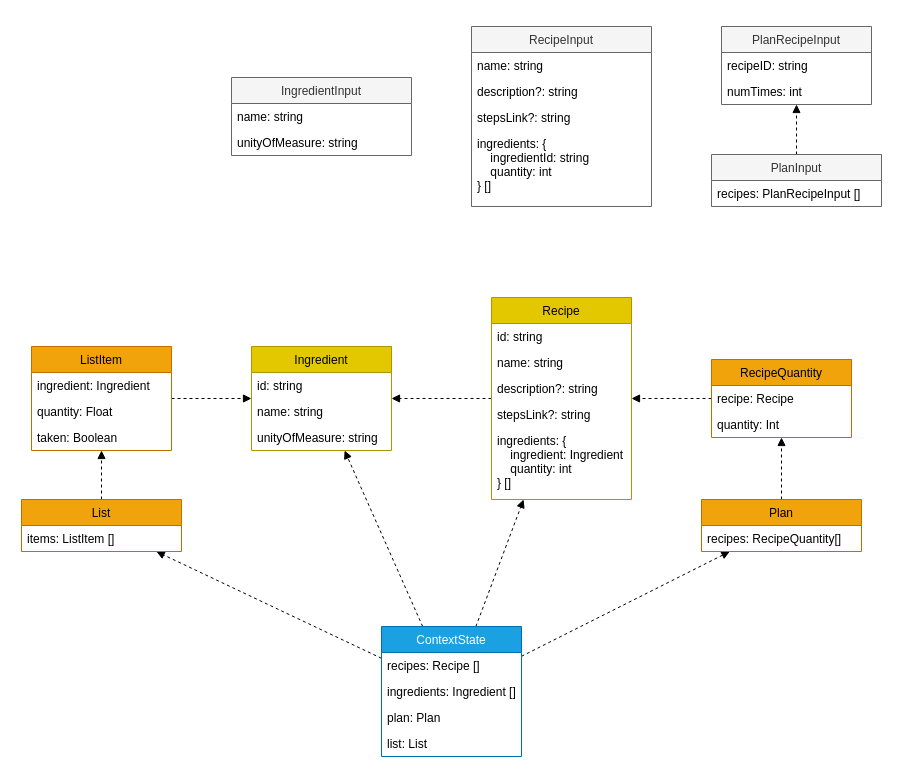
The draw.io diagram spaguette-app/design/class-diagram.drawio in gianlucaascari/spaguette-project, before the edit. Source tidied: cells renumbered, new cells numbered last; positions are measured from the earlier drawing's top-left corner, leaving out a move shared by most shapes. Both pictures are drawn from the tidied source at 100%, with x=0, y=0 at pixel (21, 26).
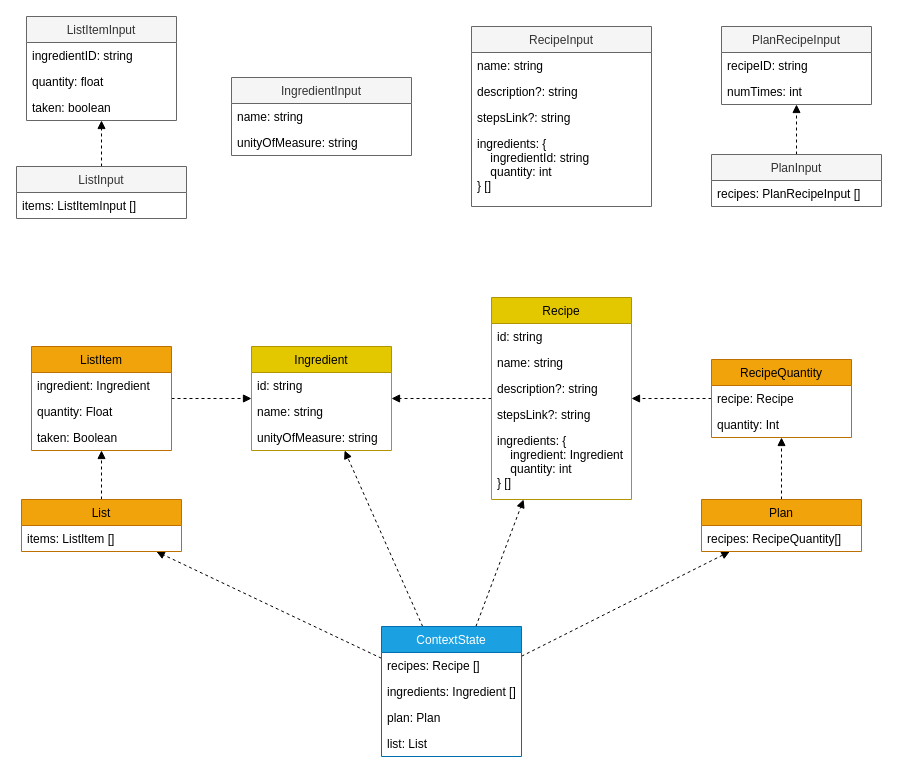
Above is the later version.

Commit message (it also covers changes not shown here):
allow user to check items as taken

Diff of the diagram source:
```diff
@@
+    <mxCell id="51" value="ListItemInput" style="swimlane;fontStyle=0;horizontal=1;startSize=26;fillColor=#f5f5f5;strokeColor=#666666;fontColor=#333333;" parent="1" vertex="1">
+      <mxGeometry x="5" y="-10" width="150" height="104" as="geometry" />
+    </mxCell>
+    <mxCell id="52" value="ingredientID: string" style="text;strokeColor=none;fillColor=none;align=left;verticalAlign=top;spacingLeft=4;spacingRight=4;overflow=hidden;" parent="51" vertex="1">
+      <mxGeometry y="26" width="150" height="26" as="geometry" />
+    </mxCell>
+    <mxCell id="53" value="quantity: float" style="text;strokeColor=none;fillColor=none;align=left;verticalAlign=top;spacingLeft=4;spacingRight=4;overflow=hidden;" parent="51" vertex="1">
+      <mxGeometry y="52" width="150" height="26" as="geometry" />
+    </mxCell>
+    <mxCell id="54" value="taken: boolean" style="text;strokeColor=none;fillColor=none;align=left;verticalAlign=top;spacingLeft=4;spacingRight=4;overflow=hidden;" parent="51" vertex="1">
+      <mxGeometry y="78" width="150" height="26" as="geometry" />
+    </mxCell>
+    <mxCell id="55" style="edgeStyle=none;html=1;dashed=1;endArrow=block;endFill=1;" parent="1" edge="1" source="56" target="51">
+      <mxGeometry relative="1" as="geometry" />
+    </mxCell>
+    <mxCell id="56" value="ListInput" style="swimlane;fontStyle=0;horizontal=1;startSize=26;fillColor=#f5f5f5;strokeColor=#666666;fontColor=#333333;" parent="1" vertex="1">
+      <mxGeometry x="-5" y="140" width="170" height="52" as="geometry" />
+    </mxCell>
+    <mxCell id="57" value="items: ListItemInput []" style="text;strokeColor=none;fillColor=none;align=left;verticalAlign=top;spacingLeft=4;spacingRight=4;overflow=hidden;" parent="56" vertex="1">
+      <mxGeometry y="26" width="170" height="26" as="geometry" />
+    </mxCell>
```
